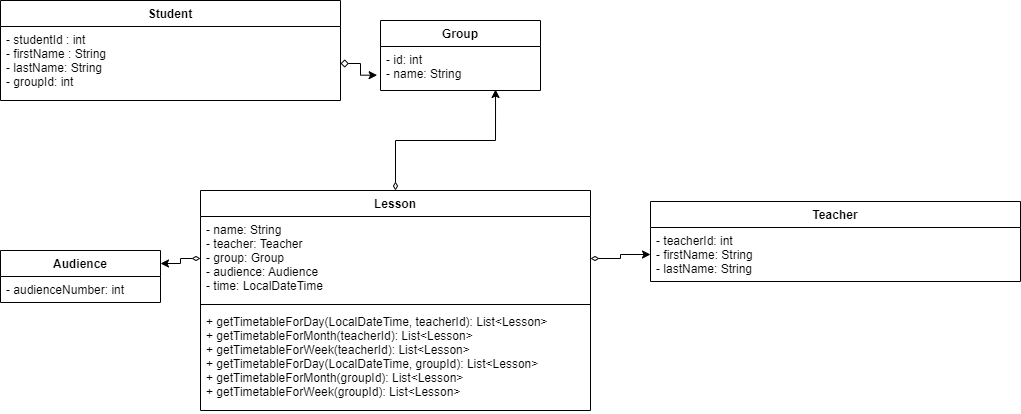
The draw.io diagram university-uml.drawio.png in vl4dikk/university-timetable, before a commit. Source tidied: cells renumbered, new cells last; positions are measured from the earlier drawing's top-left corner, leaving out a move shared by most shapes.
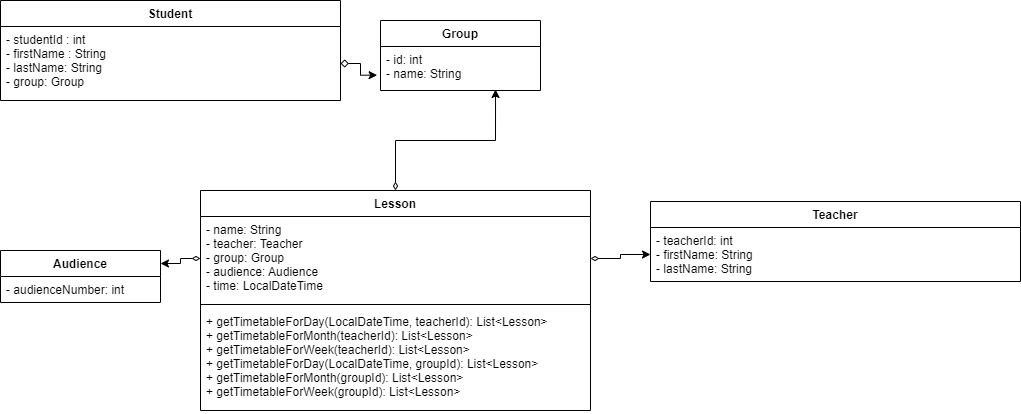
Above is the later version.

Commit message:
fixed field in student class

The edit, as a diff of the source:
```diff
@@ -17,7 +17,7 @@
     <mxCell id="6" value="Student" style="swimlane;fontStyle=1;align=center;verticalAlign=top;horizontal=1;startSize=26;" parent="1" vertex="1">
       <mxGeometry width="340" height="100" as="geometry" />
     </mxCell>
-    <mxCell id="7" value="- studentId : int&#10;- firstName : String&#10;- lastName: String&#10;- groupId: int" style="text;strokeColor=none;fillColor=none;align=left;verticalAlign=top;spacingLeft=4;spacingRight=4;overflow=hidden;points=[[0,0.5],[1,0.5]];portConstraint=eastwest;" parent="6" vertex="1">
+    <mxCell id="7" value="- studentId : int&#10;- firstName : String&#10;- lastName: String&#10;- group: Group" style="text;strokeColor=none;fillColor=none;align=left;verticalAlign=top;spacingLeft=4;spacingRight=4;overflow=hidden;points=[[0,0.5],[1,0.5]];portConstraint=eastwest;" parent="6" vertex="1">
       <mxGeometry y="26" width="340" height="74" as="geometry" />
     </mxCell>
     <mxCell id="8" style="edgeStyle=orthogonalEdgeStyle;rounded=0;jettySize=auto;html=1;entryX=-0.021;entryY=0.652;entryDx=0;entryDy=0;entryPerimeter=0;startArrow=diamond;startFill=0;" parent="1" edge="1" source="7" target="3">
```
